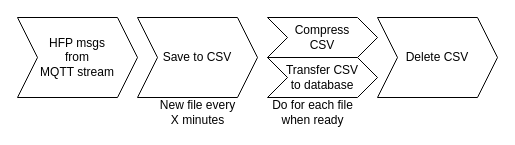
Earlier version of the draw.io diagram page "general-process" (1 of 2) of docs/hfplogger.drawio (datarttu/hfplogger). Source tidied: cells renumbered, new cells numbered last; positions are measured from the earlier drawing's top-left corner, leaving out a move shared by most shapes. Both pictures are drawn from the tidied source at 100%, with x=0, y=0 at pixel (17, 17).
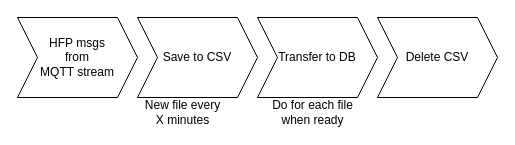
Above is the later version.

Change to the diagram source:
```diff
@@
 <mxGraphModel>
   <root>
     <mxCell id="0" />
     <mxCell id="1" parent="0" />
     <mxCell id="2" value="HFP msgs&lt;br&gt;from&lt;br&gt;MQTT stream" style="shape=step;perimeter=stepPerimeter;whiteSpace=wrap;html=1;fixedSize=1;strokeColor=#000000;strokeWidth=1;fillColor=#ffffff;align=center;" parent="1" vertex="1">
       <mxGeometry width="120" height="80" as="geometry" />
     </mxCell>
     <mxCell id="3" value="Save to CSV" style="shape=step;perimeter=stepPerimeter;whiteSpace=wrap;html=1;fixedSize=1;strokeColor=#000000;strokeWidth=1;fillColor=#ffffff;align=center;" parent="1" vertex="1">
       <mxGeometry x="120" width="120" height="80" as="geometry" />
     </mxCell>
-    <mxCell id="4" value="Compress&lt;br&gt;CSV" style="shape=step;perimeter=stepPerimeter;whiteSpace=wrap;html=1;fixedSize=1;strokeColor=#000000;strokeWidth=1;fillColor=#ffffff;align=center;" parent="1" vertex="1">
-      <mxGeometry x="250" width="110" height="40" as="geometry" />
-    </mxCell>
     <mxCell id="5" value="Delete CSV" style="shape=step;perimeter=stepPerimeter;whiteSpace=wrap;html=1;fixedSize=1;strokeColor=#000000;strokeWidth=1;fillColor=#ffffff;align=center;" parent="1" vertex="1">
       <mxGeometry x="360" width="120" height="80" as="geometry" />
     </mxCell>
-    <mxCell id="6" value="Transfer CSV&lt;br&gt;to database" style="shape=step;perimeter=stepPerimeter;whiteSpace=wrap;html=1;fixedSize=1;strokeColor=#000000;strokeWidth=1;fillColor=#ffffff;align=center;" parent="1" vertex="1">
-      <mxGeometry x="250" y="40" width="110" height="40" as="geometry" />
-    </mxCell>
     <mxCell id="7" value="New file every&lt;br&gt;X minutes" style="text;html=1;align=center;verticalAlign=middle;" parent="1" vertex="1">
-      <mxGeometry x="135" y="80" width="90" height="30" as="geometry" />
+      <mxGeometry x="120" y="80" width="90" height="30" as="geometry" />
     </mxCell>
     <mxCell id="8" value="Do for each file&lt;br&gt;when ready" style="text;html=1;align=center;verticalAlign=middle;" parent="1" vertex="1">
       <mxGeometry x="245" y="80" width="100" height="30" as="geometry" />
     </mxCell>
+    <mxCell id="9" value="Transfer to DB" style="shape=step;perimeter=stepPerimeter;whiteSpace=wrap;html=1;fixedSize=1;strokeColor=#000000;strokeWidth=1;fillColor=#ffffff;align=center;" parent="1" vertex="1">
+      <mxGeometry x="240" width="120" height="80" as="geometry" />
+    </mxCell>
   </root>
 </mxGraphModel>
```
